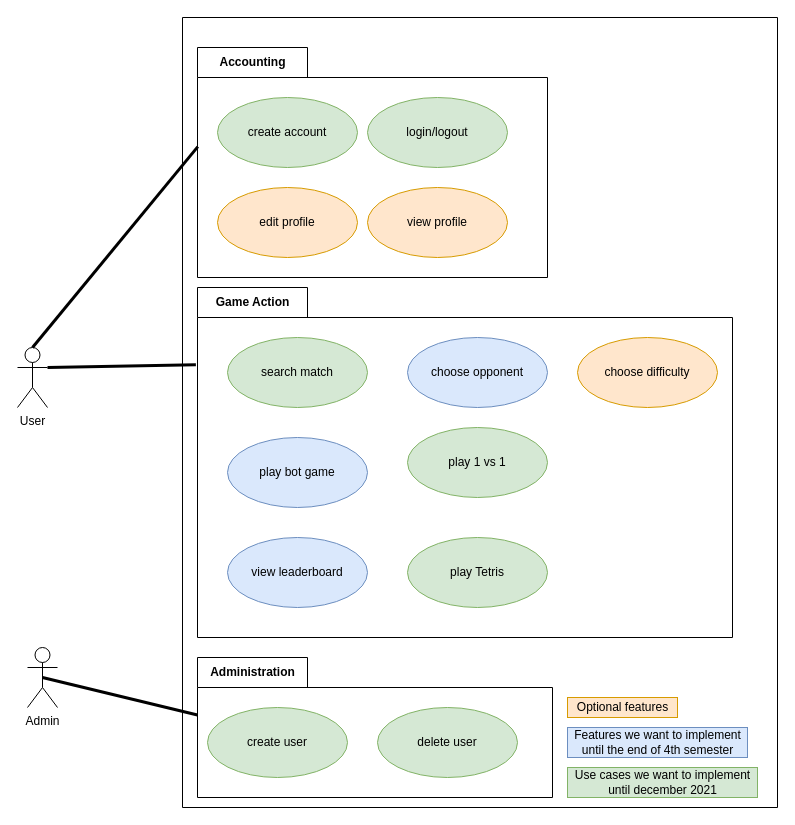
Earlier version of the draw.io diagram docs/diagrams/UML-use-case-diagram.drawio (13TRIS/13TRIS). Source tidied: cells renumbered, new cells numbered last; positions are measured from the earlier drawing's top-left corner, leaving out a move shared by most shapes. Both pictures are drawn from the tidied source at 100%, with x=0, y=0 at pixel (17, 17).
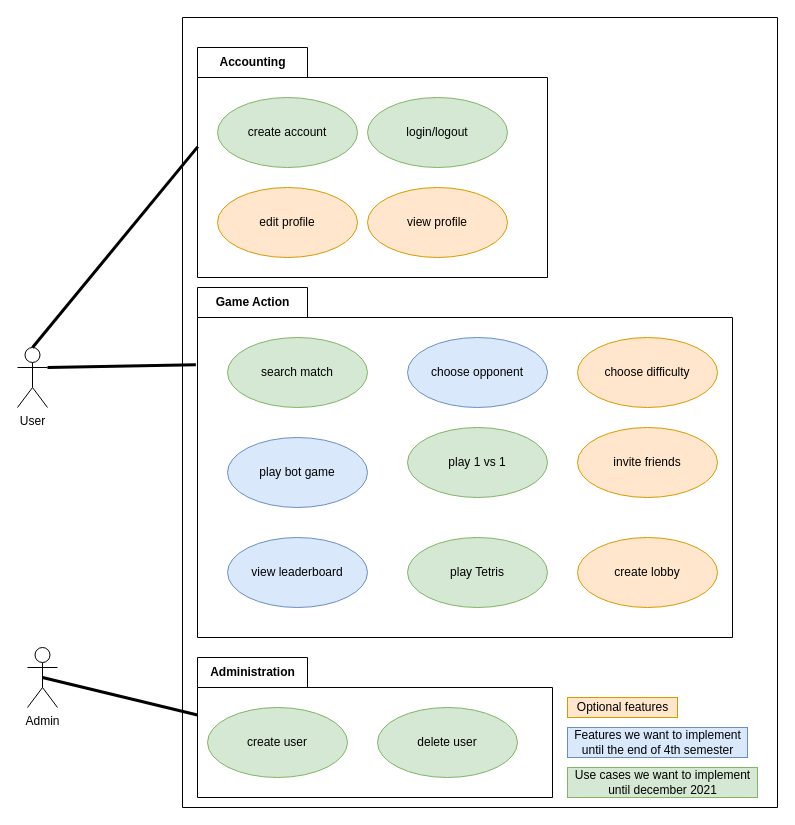
Above is the later version.

Unchanged cells that the change refers to:
```xml
<mxCell id="2" style="swimlane;startSize=0;" parent="1" vertex="1">
  <mxGeometry x="165" width="595" height="790" as="geometry" />
</mxCell>
<mxCell id="11" value="Game Action" style="shape=folder;fontStyle=1;tabWidth=110;tabHeight=30;tabPosition=left;html=1;boundedLbl=1;labelInHeader=1;" parent="2" vertex="1">
  <mxGeometry x="15" y="270" width="535" height="350" as="geometry" />
</mxCell>
```

Diff of the diagram source:
```diff
@@
+    <mxCell id="27" value="invite friends" style="ellipse;whiteSpace=wrap;html=1;fillColor=#ffe6cc;strokeColor=#d79b00;" parent="11" vertex="1">
+      <mxGeometry x="380" y="140" width="140" height="70" as="geometry" />
+    </mxCell>
@@
+    <mxCell id="28" value="create lobby" style="ellipse;whiteSpace=wrap;html=1;fillColor=#ffe6cc;strokeColor=#d79b00;" parent="2" vertex="1">
+      <mxGeometry x="395" y="520" width="140" height="70" as="geometry" />
+    </mxCell>
```
